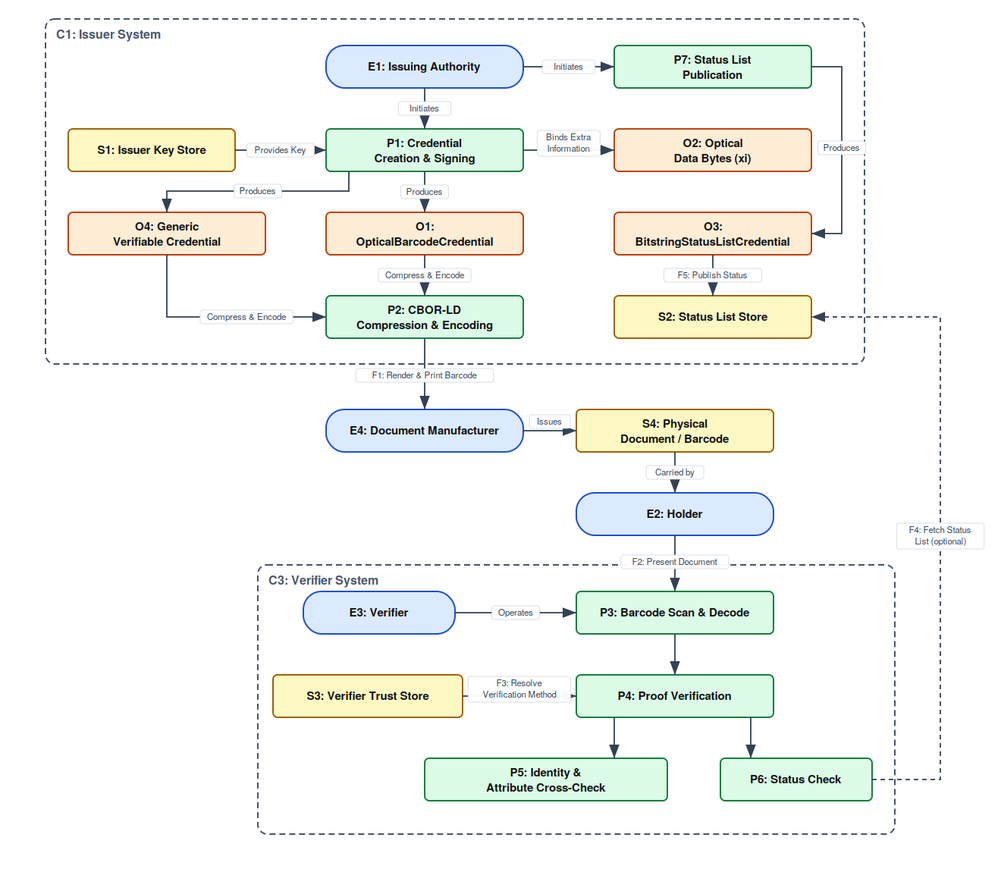
This is threat-model/diagrams/dfd.png from w3c/vc-barcodes, a Mermaid export, as it was before one commit. Its source is kept beside it as threat-model/diagrams/dfd.mermaid. Source of this version:
```mermaid
flowchart TD
  classDef entity  fill:#dbeafe,stroke:#1d4ed8,color:#000
  classDef process fill:#dcfce7,stroke:#15803d,color:#000
  classDef store   fill:#fef9c3,stroke:#a16207,color:#000
  classDef object  fill:#ffedd5,stroke:#c2410c,color:#000

  E2["E2: Holder"]:::entity
  E4["E4: Document Manufacturer"]:::entity

  subgraph C1["C1: Issuer System"]
    E1["E1: Issuing Authority"]:::entity
    P1["P1: Credential Creation and Signing"]:::process
    P2["P2: CBOR-LD Compression and Encoding"]:::process
    P7["P7: Status List Publication"]:::process
    S1[("S1: Issuer Key Store")]:::store
    S2[("S2: Status List Store")]:::store
    O1["O1: OpticalBarcodeCredential"]:::object
    O2["O2: Optical Data Bytes (xi)"]:::object
    O3["O3: BitstringStatusListCredential"]:::object
    O4["O4: Generic Verifiable Credential"]:::object
  end

  subgraph C3["C3: Verifier System"]
    P3["P3: Barcode Scan and Decode"]:::process
    P4["P4: Proof Verification"]:::process
    P5["P5: Identity and Attribute Cross-Check"]:::process
    P6["P6: Status Check"]:::process
    S3[("S3: Verifier Trust Store")]:::store
    E3["E3: Verifier"]:::entity
  end

  S4[("S4: Physical Document / Barcode")]:::store

  E1 -->|"Initiates"| P1
  S1 -->|"Provides Key"| P1
  P1 -->|"Binds Extra Information"| O2
  P1 -->|"Produces"| O1
  P1 -->|"Produces"| O4
  O4 -->|"Compress & Encode"| P2
  O1 -->|"Compress & Encode"| P2
  P2 -->|"F1: Render & Print Barcode"| E4
  E4 -->|"Issues"| S4
  S4 -->|"Carried by"| E2

  E1 -->|"Initiates"| P7
  P7 -->|"Produces"| O3
  O3 -->|"F5: Publish Status"| S2

  E2 -->|"F2: Present Document"| P3
  E3 -->|"Operates"| P3
  P3 --> P4
  S3 -->|"F3: Resolve Verification Method"| P4
  P4 --> P5
  P4 --> P6
  P6 -.->|"F4: Fetch Status List (optional)"| S2
```
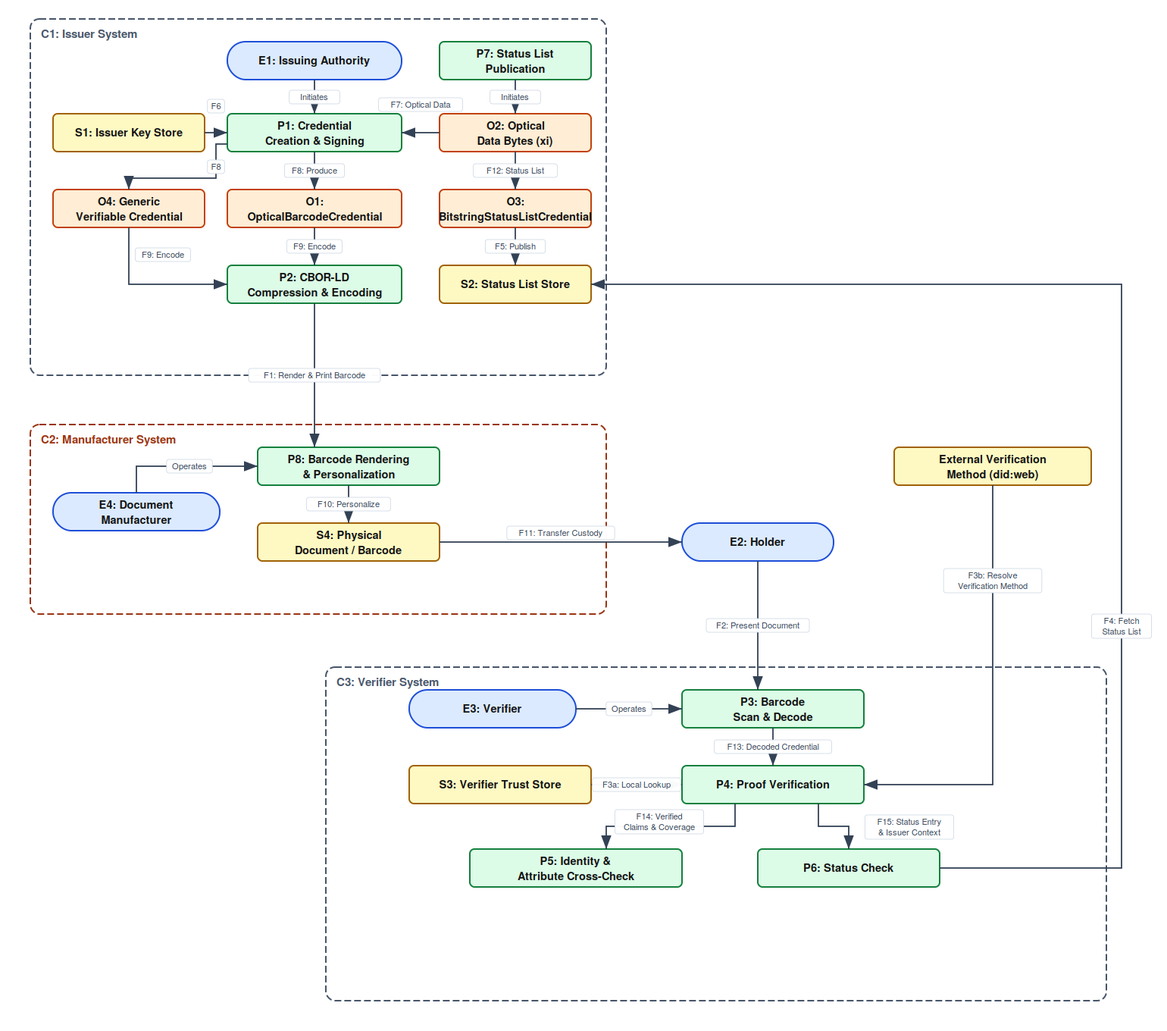
Later version of the same file.

Commit message:
Add assumptions and diagram improvements.

The edit, as a diff of the source:
```diff
@@ -5,7 +5,6 @@
   classDef object  fill:#ffedd5,stroke:#c2410c,color:#000
 
   E2["E2: Holder"]:::entity
-  E4["E4: Document Manufacturer"]:::entity
 
   subgraph C1["C1: Issuer System"]
     E1["E1: Issuing Authority"]:::entity
@@ -20,6 +19,12 @@
     O4["O4: Generic Verifiable Credential"]:::object
   end
 
+  subgraph C2["C2: Manufacturer System"]
+    E4["E4: Document Manufacturer"]:::entity
+    P8["P8: Barcode Rendering and Personalization"]:::process
+    S4[("S4: Physical Document / Barcode")]:::store
+  end
+
   subgraph C3["C3: Verifier System"]
     P3["P3: Barcode Scan and Decode"]:::process
     P4["P4: Proof Verification"]:::process
@@ -29,27 +34,30 @@
     E3["E3: Verifier"]:::entity
   end
 
-  S4[("S4: Physical Document / Barcode")]:::store
+  DID[("External Verification Method
+  (e.g. did:web)")]:::store
 
   E1 -->|"Initiates"| P1
-  S1 -->|"Provides Key"| P1
-  P1 -->|"Binds Extra Information"| O2
-  P1 -->|"Produces"| O1
-  P1 -->|"Produces"| O4
-  O4 -->|"Compress & Encode"| P2
-  O1 -->|"Compress & Encode"| P2
-  P2 -->|"F1: Render & Print Barcode"| E4
-  E4 -->|"Issues"| S4
-  S4 -->|"Carried by"| E2
+  S1 -->|"F6: Provide Signing Key"| P1
+  O2 -->|"F7: Provide Optical Data"| P1
+  P1 -->|"F8: Produce Credential"| O1
+  P1 -->|"F8: Produce Credential"| O4
+  O1 -->|"F9: Submit for Encoding"| P2
+  O4 -->|"F9: Submit for Encoding"| P2
+  P2 -->|"F1: Render and Print Barcode"| P8
+  E4 -->|"Operates"| P8
+  P8 -->|"F10: Personalize Document"| S4
+  S4 -->|"F11: Transfer Custody"| E2
 
   E1 -->|"Initiates"| P7
-  P7 -->|"Produces"| O3
+  P7 -->|"F12: Produce Status List"| O3
   O3 -->|"F5: Publish Status"| S2
 
   E2 -->|"F2: Present Document"| P3
   E3 -->|"Operates"| P3
-  P3 --> P4
-  S3 -->|"F3: Resolve Verification Method"| P4
-  P4 --> P5
-  P4 --> P6
-  P6 -.->|"F4: Fetch Status List (optional)"| S2
+  P3 -->|"F13: Decoded Credential"| P4
+  S3 -->|"F3a: Local Trust-Store Lookup"| P4
+  DID -->|"F3b: Resolve Verification Method"| P4
+  P4 -->|"F14: Verified Claims and Coverage"| P5
+  P4 -->|"F15: Validated Status Entry and Issuer Context"| P6
+  P6 -->|"F4: Fetch Status List"| S2
```
